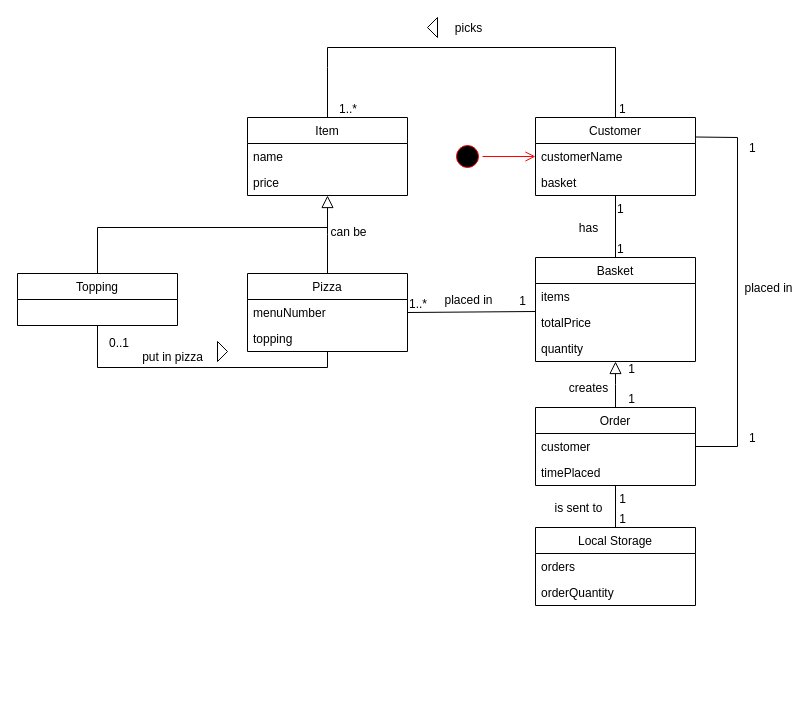
Before: PizzaDocs/pizzeria domain model.drawio in kleethesama/PizzaStore-2, a draw.io diagram. Source tidied: cells renumbered, new cells numbered last; positions are measured from the earlier drawing's top-left corner, leaving out a move shared by most shapes. Both pictures are drawn from the tidied source at 100%, with x=0, y=0 at pixel (17, 17).
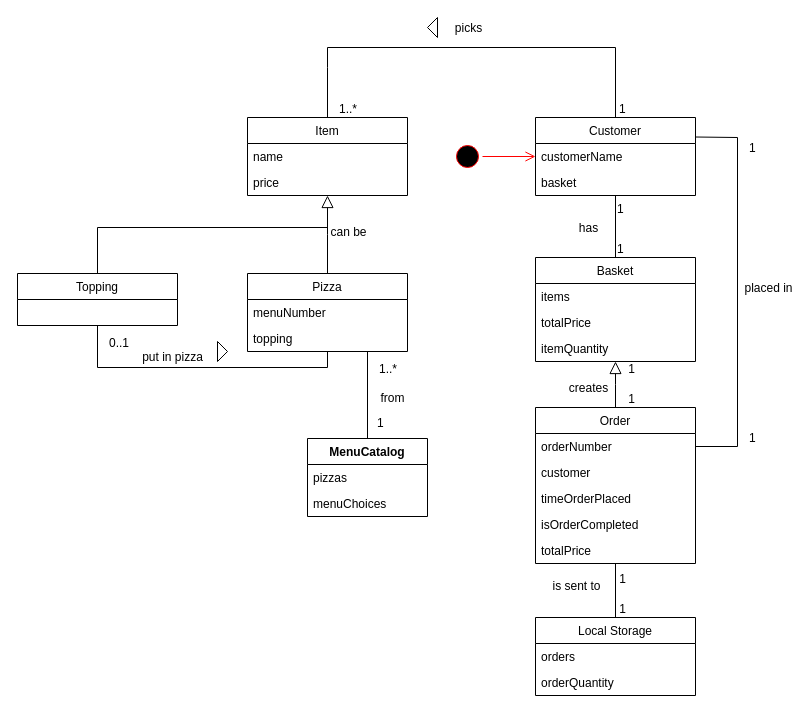
The same diagram, later.

Unchanged cells that the change refers to:
```xml
<mxCell id="2" value="Pizza" style="swimlane;fontStyle=0;align=center;verticalAlign=top;horizontal=1;startSize=26;rounded=0;shadow=0;strokeWidth=1;" parent="1" vertex="1">
  <mxGeometry x="230" y="256" width="160" height="78" as="geometry" />
</mxCell>
<mxCell id="5" value="Basket" style="swimlane;fontStyle=0;align=center;verticalAlign=top;horizontal=1;startSize=26;rounded=0;shadow=0;strokeWidth=1;" parent="1" vertex="1">
  <mxGeometry x="518" y="240" width="160" height="104" as="geometry" />
</mxCell>
<mxCell id="7" value="totalPrice" style="text;align=left;verticalAlign=top;spacingLeft=4;spacingRight=4;overflow=hidden;points=[[0,0.5],[1,0.5]];portConstraint=eastwest;rounded=0;shadow=0;html=0;" parent="5" vertex="1">
  <mxGeometry y="52" width="160" height="26" as="geometry" />
</mxCell>
```

Diff of the diagram source:
```diff
@@
-    <mxCell id="8" value="quantity" style="text;align=left;verticalAlign=top;spacingLeft=4;spacingRight=4;overflow=hidden;points=[[0,0.5],[1,0.5]];portConstraint=eastwest;rounded=0;shadow=0;html=0;" parent="5" vertex="1">
+    <mxCell id="8" value="itemQuantity" style="text;align=left;verticalAlign=top;spacingLeft=4;spacingRight=4;overflow=hidden;points=[[0,0.5],[1,0.5]];portConstraint=eastwest;rounded=0;shadow=0;html=0;" parent="5" vertex="1">
       <mxGeometry y="78" width="160" height="26" as="geometry" />
     </mxCell>
@@
     <mxCell id="19" value="Local Storage" style="swimlane;fontStyle=0;align=center;verticalAlign=top;horizontal=1;startSize=26;rounded=0;shadow=0;strokeWidth=1;" parent="1" vertex="1">
-      <mxGeometry x="518" y="510" width="160" height="78" as="geometry" />
+      <mxGeometry x="518" y="600" width="160" height="78" as="geometry" />
     </mxCell>
@@
     <mxCell id="25" value="Order" style="swimlane;fontStyle=0;align=center;verticalAlign=top;horizontal=1;startSize=26;rounded=0;shadow=0;strokeWidth=1;" parent="1" vertex="1">
-      <mxGeometry x="518" y="390" width="160" height="78" as="geometry" />
+      <mxGeometry x="518" y="390" width="160" height="156" as="geometry" />
     </mxCell>
-    <mxCell id="26" value="customer" style="text;align=left;verticalAlign=top;spacingLeft=4;spacingRight=4;overflow=hidden;points=[[0,0.5],[1,0.5]];portConstraint=eastwest;" parent="25" vertex="1">
+    <mxCell id="26" value="orderNumber" style="text;align=left;verticalAlign=top;spacingLeft=4;spacingRight=4;overflow=hidden;points=[[0,0.5],[1,0.5]];portConstraint=eastwest;" parent="25" vertex="1">
       <mxGeometry y="26" width="160" height="26" as="geometry" />
     </mxCell>
-    <mxCell id="27" value="timePlaced" style="text;align=left;verticalAlign=top;spacingLeft=4;spacingRight=4;overflow=hidden;rounded=0;shadow=0;html=0;" parent="25" vertex="1">
+    <mxCell id="27" value="customer" style="text;align=left;verticalAlign=top;spacingLeft=4;spacingRight=4;overflow=hidden;rounded=0;shadow=0;html=0;" parent="25" vertex="1">
       <mxGeometry y="52" width="160" height="26" as="geometry" />
     </mxCell>
+    <mxCell id="56" value="timeOrderPlaced" style="text;align=left;verticalAlign=top;spacingLeft=4;spacingRight=4;overflow=hidden;rounded=0;shadow=0;html=0;" parent="25" vertex="1">
+      <mxGeometry y="78" width="160" height="26" as="geometry" />
+    </mxCell>
+    <mxCell id="57" value="isOrderCompleted" style="text;align=left;verticalAlign=top;spacingLeft=4;spacingRight=4;overflow=hidden;rounded=0;shadow=0;html=0;" parent="25" vertex="1">
+      <mxGeometry y="104" width="160" height="26" as="geometry" />
+    </mxCell>
+    <mxCell id="58" value="totalPrice" style="text;align=left;verticalAlign=top;spacingLeft=4;spacingRight=4;overflow=hidden;rounded=0;shadow=0;html=0;" parent="25" vertex="1">
+      <mxGeometry y="130" width="160" height="26" as="geometry" />
+    </mxCell>
@@
     <mxCell id="35" value="is sent to" style="text;html=1;align=center;verticalAlign=middle;labelBackgroundColor=none;rounded=0;shadow=0;strokeWidth=1;fontSize=12;" parent="1" vertex="1">
-      <mxGeometry x="560" y="490" as="geometry" />
+      <mxGeometry x="560" y="590" as="geometry">
+        <mxPoint x="-2" y="-22" as="offset" />
+      </mxGeometry>
     </mxCell>
     <mxCell id="36" value="1" style="align=right;verticalAlign=bottom;labelBackgroundColor=none;fontSize=12;" parent="1" vertex="1">
-      <mxGeometry x="610" y="490" as="geometry" />
+      <mxGeometry x="610" y="600" as="geometry" />
     </mxCell>
     <mxCell id="37" value="1" style="align=right;verticalAlign=bottom;labelBackgroundColor=none;fontSize=12;" parent="1" vertex="1">
-      <mxGeometry x="610" y="510" as="geometry" />
+      <mxGeometry x="610" y="570" as="geometry" />
     </mxCell>
@@
-    <mxCell id="46" style="endArrow=none;html=1;rounded=0;entryX=0;entryY=0.077;entryDx=0;entryDy=0;exitX=1;exitY=0.5;exitDx=0;exitDy=0;entryPerimeter=0;" parent="1" edge="1" source="2" target="7">
-      <mxGeometry relative="1" as="geometry" />
-    </mxCell>
-    <mxCell id="47" value="placed in" style="text;html=1;align=center;verticalAlign=middle;labelBackgroundColor=none;rounded=0;shadow=0;strokeWidth=1;fontSize=12;" parent="1" vertex="1">
-      <mxGeometry x="450" y="282" as="geometry" />
-    </mxCell>
-    <mxCell id="48" value="1..*" style="align=left;verticalAlign=bottom;labelBackgroundColor=none;fontSize=12;" parent="1" vertex="1">
-      <mxGeometry x="390" y="295" as="geometry" />
-    </mxCell>
-    <mxCell id="49" value="1" style="align=right;verticalAlign=bottom;labelBackgroundColor=none;fontSize=12;" parent="1" vertex="1">
-      <mxGeometry x="510" y="292" as="geometry" />
-    </mxCell>
@@
+    <mxCell id="59" value="MenuCatalog" style="swimlane;fontStyle=1;align=center;verticalAlign=top;horizontal=1;startSize=26;whiteSpace=wrap;html=1;" parent="1" vertex="1">
+      <mxGeometry x="290" y="421" width="120" height="78" as="geometry" />
+    </mxCell>
+    <mxCell id="60" value="pizzas" style="text;strokeColor=none;fillColor=none;align=left;verticalAlign=top;spacingLeft=4;spacingRight=4;overflow=hidden;whiteSpace=wrap;html=1;" parent="59" vertex="1">
+      <mxGeometry y="26" width="120" height="26" as="geometry" />
+    </mxCell>
+    <mxCell id="61" value="menuChoices" style="text;strokeColor=none;fillColor=none;align=left;verticalAlign=top;spacingLeft=4;spacingRight=4;overflow=hidden;whiteSpace=wrap;html=1;" parent="59" vertex="1">
+      <mxGeometry y="52" width="120" height="26" as="geometry" />
+    </mxCell>
+    <mxCell id="48" value="1..*" style="align=left;verticalAlign=bottom;labelBackgroundColor=none;fontSize=12;direction=south;" parent="1" vertex="1">
+      <mxGeometry x="360" y="360" as="geometry" />
+    </mxCell>
+    <mxCell id="49" value="1" style="align=left;verticalAlign=bottom;labelBackgroundColor=none;fontSize=12;direction=south;" parent="1" vertex="1">
+      <mxGeometry x="415" y="468" as="geometry">
+        <mxPoint x="-57" y="-54" as="offset" />
+      </mxGeometry>
+    </mxCell>
+    <mxCell id="62" value="from" style="text;html=1;align=center;verticalAlign=middle;labelBackgroundColor=none;rounded=0;shadow=0;strokeWidth=1;fontSize=12;" parent="1" vertex="1">
+      <mxGeometry x="374" y="380" as="geometry" />
+    </mxCell>
+    <mxCell id="63" style="endArrow=none;html=1;rounded=0;entryX=0.75;entryY=1;entryDx=0;entryDy=0;exitX=0.5;exitY=0;exitDx=0;exitDy=0;" parent="1" edge="1" source="59" target="2">
+      <mxGeometry relative="1" as="geometry" />
+    </mxCell>
```
